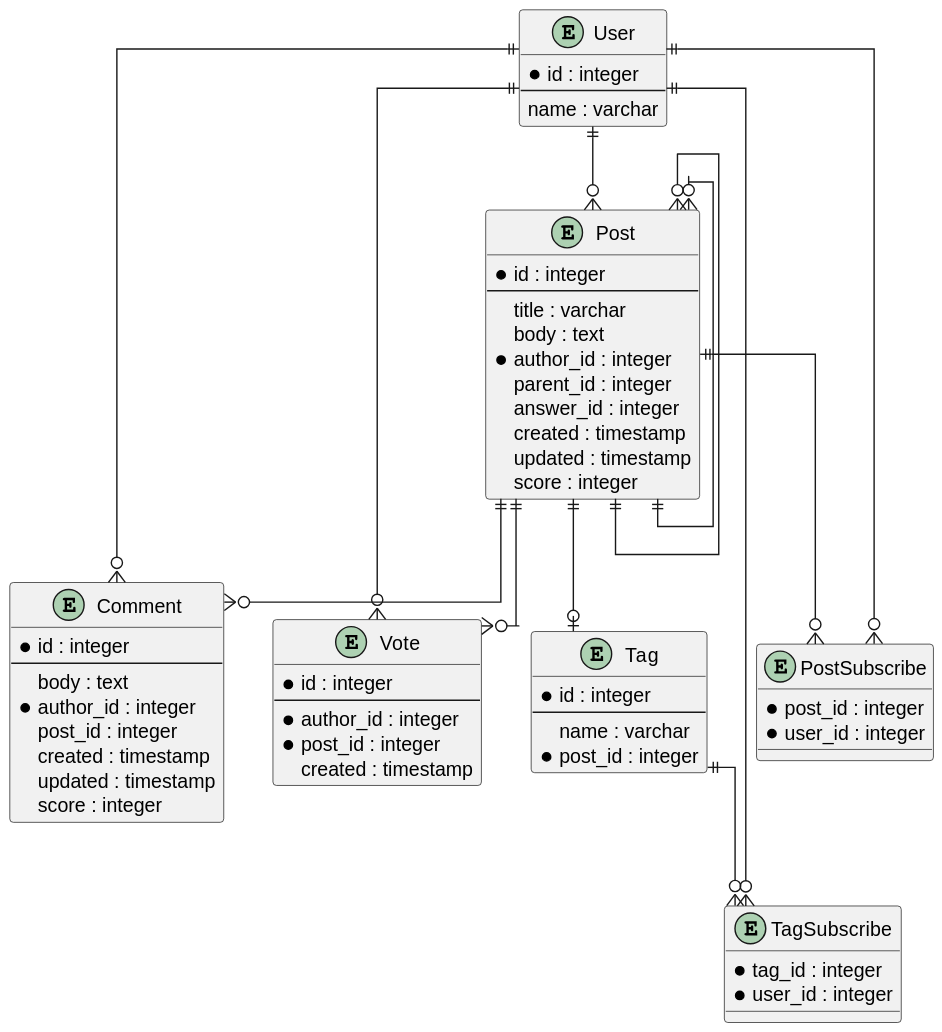
Before: out/diagrams/ER/ER.svg, a diagram exported from PlantUML (MalykhSergey/muse-service).
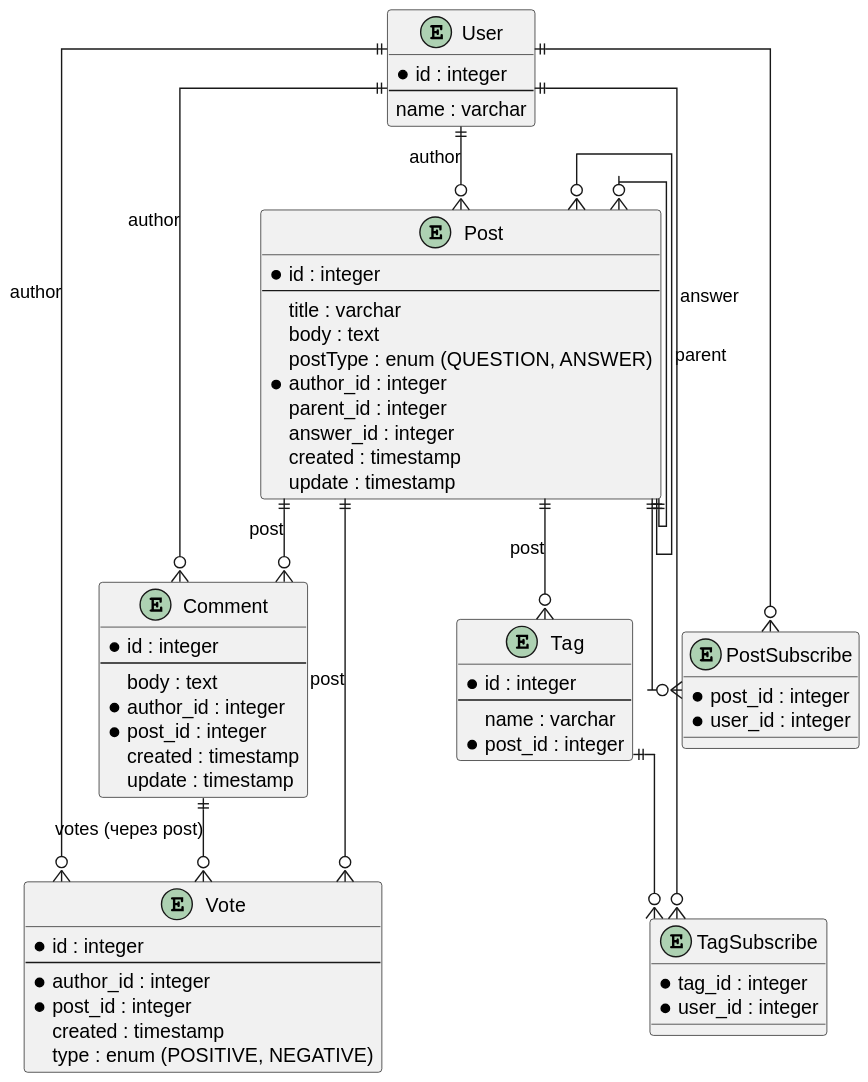
The same file after the commit.

Diff of the diagram source:
```diff
@@ -12,12 +12,12 @@
   --
   title : varchar
   body : text
+  postType : enum (QUESTION, ANSWER)
   * author_id : integer
   parent_id : integer
   answer_id : integer
   created : timestamp
-  updated : timestamp
-  score : integer
+  update : timestamp
 }
 
 entity Comment {
@@ -25,10 +25,9 @@
   --
   body : text
   * author_id : integer
-  post_id : integer
+  * post_id : integer
   created : timestamp
-  updated : timestamp
-  score : integer
+  update : timestamp
 }
 
 entity Vote {
@@ -37,6 +36,7 @@
   * author_id : integer
   * post_id : integer
   created : timestamp
+  type : enum (POSITIVE, NEGATIVE)
 }
 
 entity Tag {
@@ -56,13 +56,16 @@
   * user_id : integer
 }
 
-User ||--o{ Post
-User ||--o{ Comment
-User ||--o{ Vote
+User ||--o{ Post : "author"
+User ||--o{ Comment : "author"
+User ||--o{ Vote : "author"
 
-Post ||--o{ Comment
-Post ||--o{ Vote
-Post ||--o| Tag
+Post ||--o{ Comment : "post"
+Post ||--o{ Vote : "post"
+Post ||--o{ Tag : "post"
+
+Post }o--|| Post : "parent"
+Post }o--|| Post : "answer"
 
 Post ||--o{ PostSubscribe
 User ||--o{ PostSubscribe
@@ -70,6 +73,5 @@
 Tag ||--o{ TagSubscribe
 User ||--o{ TagSubscribe
 
-Post }o--|| Post
-Post }o--|| Post
+Comment ||--o{ Vote : "votes (через post)"
 @enduml
```
